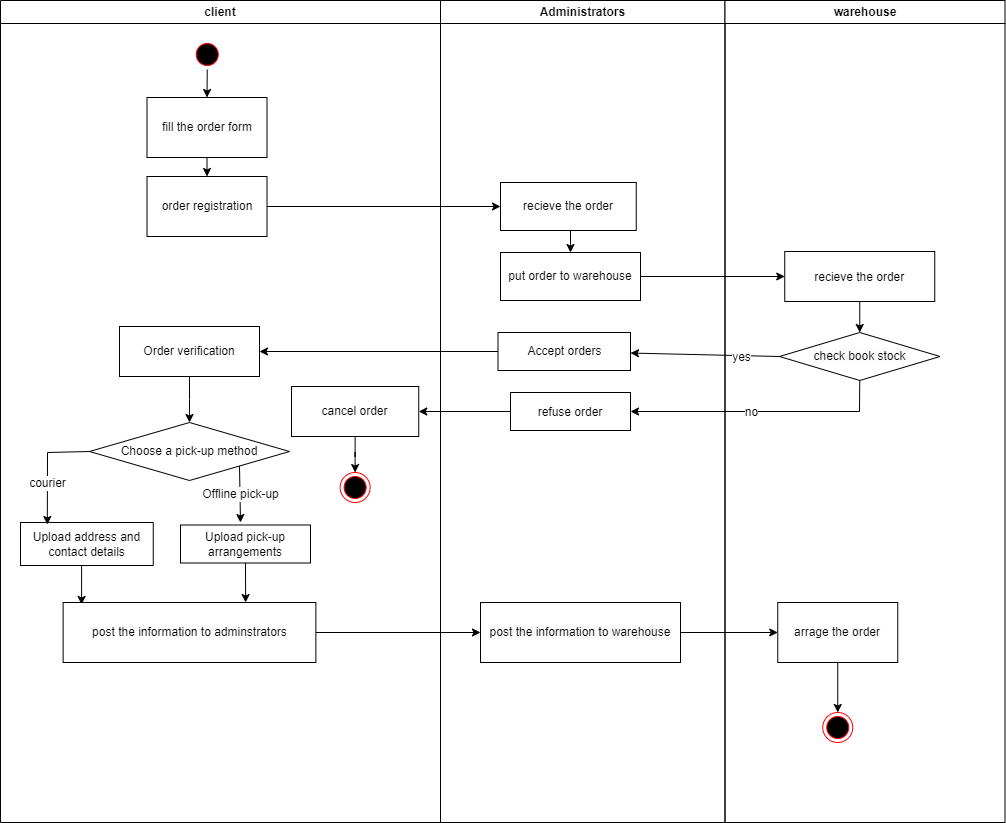
Above: UML-order registration.drawio.png in YuYuanyuan0817/ADM (draw.io), before the change. Source tidied: cells renumbered, new cells last; positions are measured from the earlier drawing's top-left corner, leaving out a move shared by most shapes.
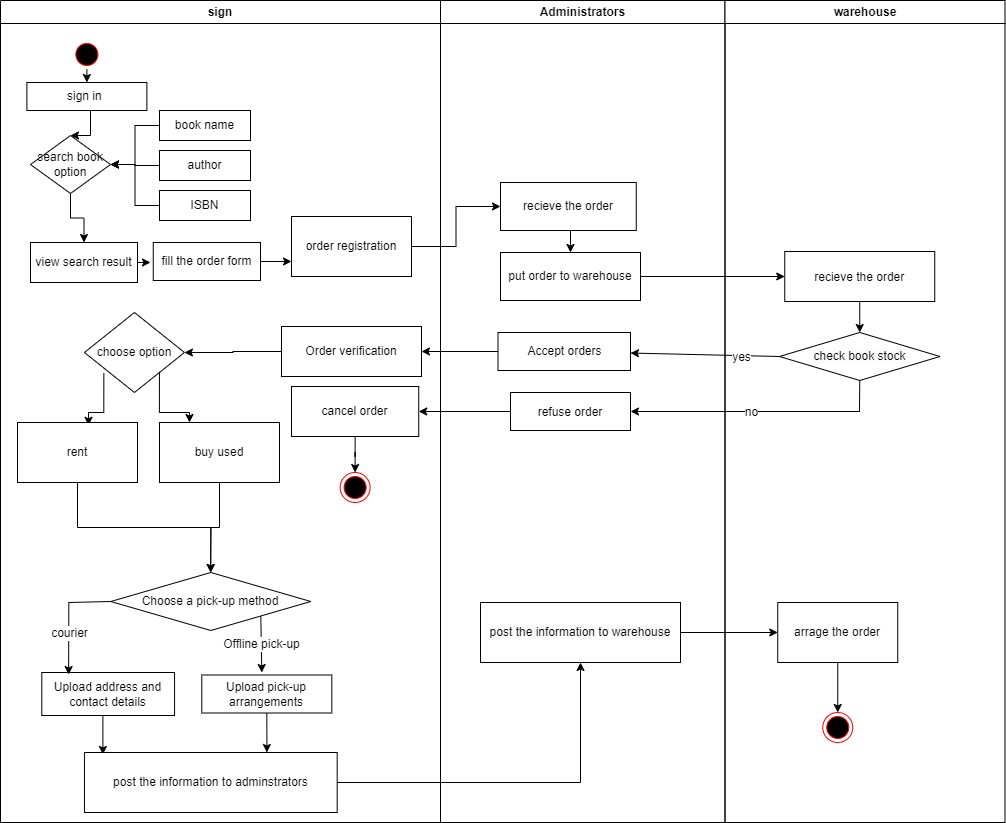
After the commit.

Change to the diagram source:
```diff
@@ -2,17 +2,17 @@
   <root>
     <mxCell id="0" />
     <mxCell id="1" parent="0" />
-    <mxCell id="2" value="client" style="swimlane;whiteSpace=wrap;" parent="1" vertex="1">
+    <mxCell id="2" value="sign" style="swimlane;whiteSpace=wrap;" parent="1" vertex="1">
       <mxGeometry width="440" height="822" as="geometry" />
     </mxCell>
-    <mxCell id="3" style="edgeStyle=orthogonalEdgeStyle;rounded=0;jettySize=auto;html=1;exitX=0.5;exitY=1;exitDx=0;exitDy=0;entryX=0.5;entryY=0;entryDx=0;entryDy=0;" parent="2" edge="1" source="4" target="16">
-      <mxGeometry relative="1" as="geometry" />
-    </mxCell>
+    <mxCell id="47" style="edgeStyle=orthogonalEdgeStyle;rounded=0;jettySize=auto;html=1;exitX=0.5;exitY=1;exitDx=0;exitDy=0;entryX=0.5;entryY=0;entryDx=0;entryDy=0;" parent="2" edge="1" source="4" target="50">
+      <mxGeometry relative="1" as="geometry" />
+    </mxCell>
     <mxCell id="4" style="ellipse;shape=startState;fillColor=#000000;strokeColor=#ff0000;" parent="2" vertex="1">
-      <mxGeometry x="191.8" y="39" width="30" height="30" as="geometry" />
+      <mxGeometry x="71.4" y="39" width="30" height="30" as="geometry" />
     </mxCell>
     <mxCell id="5" value="Choose a pick-up method" style="rhombus;whiteSpace=wrap;html=1;" parent="2" vertex="1">
-      <mxGeometry x="89" y="422" width="200" height="58" as="geometry" />
+      <mxGeometry x="110.3" y="572" width="200" height="58" as="geometry" />
     </mxCell>
     <mxCell id="6" style="edgeStyle=orthogonalEdgeStyle;rounded=0;jettySize=auto;html=1;exitX=0.5;exitY=1;exitDx=0;exitDy=0;" parent="2" edge="1" source="7" target="18">
       <mxGeometry relative="1" as="geometry" />
@@ -20,37 +20,35 @@
     <mxCell id="7" value="cancel order" style="rounded=0;whiteSpace=wrap;html=1;" parent="2" vertex="1">
       <mxGeometry x="291" y="386" width="127.2" height="50" as="geometry" />
     </mxCell>
-    <mxCell id="8" style="edgeStyle=orthogonalEdgeStyle;rounded=0;jettySize=auto;html=1;exitX=0.5;exitY=1;exitDx=0;exitDy=0;entryX=0.5;entryY=0;entryDx=0;entryDy=0;" parent="2" edge="1" source="9">
-      <mxGeometry relative="1" as="geometry">
-        <mxPoint x="189" y="422" as="targetPoint" />
-      </mxGeometry>
-    </mxCell>
+    <mxCell id="48" style="edgeStyle=orthogonalEdgeStyle;rounded=0;jettySize=auto;html=1;exitX=0;exitY=0.5;exitDx=0;exitDy=0;entryX=1;entryY=0.5;entryDx=0;entryDy=0;" parent="2" edge="1" source="9" target="67">
+      <mxGeometry relative="1" as="geometry" />
+    </mxCell>
     <mxCell id="9" value="Order verification" style="rounded=0;whiteSpace=wrap;html=1;" parent="2" vertex="1">
-      <mxGeometry x="119" y="326" width="140" height="50" as="geometry" />
+      <mxGeometry x="281" y="326" width="140" height="50" as="geometry" />
     </mxCell>
     <mxCell id="10" style="edgeStyle=orthogonalEdgeStyle;rounded=0;jettySize=auto;html=1;exitX=0.5;exitY=1;exitDx=0;exitDy=0;entryX=0.073;entryY=0.033;entryDx=0;entryDy=0;entryPerimeter=0;" parent="2" edge="1" source="11" target="12">
       <mxGeometry relative="1" as="geometry" />
     </mxCell>
     <mxCell id="11" value="Upload address and contact details" style="rounded=0;whiteSpace=wrap;html=1;" parent="2" vertex="1">
-      <mxGeometry x="20" y="522" width="132.8" height="43" as="geometry" />
+      <mxGeometry x="41.3" y="672" width="132.8" height="43" as="geometry" />
     </mxCell>
     <mxCell id="12" value="post the information to adminstrators" style="rounded=0;whiteSpace=wrap;html=1;" parent="2" vertex="1">
-      <mxGeometry x="62.6" y="602" width="252.8" height="60" as="geometry" />
+      <mxGeometry x="83.9" y="752" width="252.8" height="60" as="geometry" />
     </mxCell>
     <mxCell id="13" style="edgeStyle=orthogonalEdgeStyle;rounded=0;jettySize=auto;html=1;exitX=0.5;exitY=1;exitDx=0;exitDy=0;entryX=0.722;entryY=0;entryDx=0;entryDy=0;entryPerimeter=0;" parent="2" edge="1" source="14" target="12">
       <mxGeometry relative="1" as="geometry" />
     </mxCell>
     <mxCell id="14" value="Upload pick-up arrangements" style="rounded=0;whiteSpace=wrap;html=1;" parent="2" vertex="1">
-      <mxGeometry x="180" y="524.5" width="130" height="38" as="geometry" />
+      <mxGeometry x="201.3" y="674.5" width="130" height="38" as="geometry" />
     </mxCell>
-    <mxCell id="15" style="edgeStyle=orthogonalEdgeStyle;rounded=0;jettySize=auto;html=1;exitX=0.5;exitY=1;exitDx=0;exitDy=0;entryX=0.5;entryY=0;entryDx=0;entryDy=0;" parent="2" edge="1" source="16" target="17">
+    <mxCell id="15" style="edgeStyle=orthogonalEdgeStyle;rounded=0;jettySize=auto;html=1;exitX=1;exitY=0.5;exitDx=0;exitDy=0;entryX=0;entryY=0.75;entryDx=0;entryDy=0;" parent="2" edge="1" source="16" target="17">
       <mxGeometry relative="1" as="geometry" />
     </mxCell>
     <mxCell id="16" value="fill the order form" style="rounded=0;whiteSpace=wrap;html=1;" parent="2" vertex="1">
-      <mxGeometry x="146.5" y="97" width="120" height="60" as="geometry" />
+      <mxGeometry x="152.8" y="242" width="107.2" height="38" as="geometry" />
     </mxCell>
     <mxCell id="17" value="order registration" style="rounded=0;whiteSpace=wrap;html=1;" parent="2" vertex="1">
-      <mxGeometry x="146.5" y="176" width="120" height="60" as="geometry" />
+      <mxGeometry x="291" y="216" width="120" height="60" as="geometry" />
     </mxCell>
     <mxCell id="18" style="ellipse;html=1;shape=endState;fillColor=#000000;strokeColor=#ff0000;" parent="2" vertex="1">
       <mxGeometry x="339.6" y="472" width="30" height="30" as="geometry" />
@@ -58,7 +56,7 @@
     <mxCell id="19" style="endArrow=classic;html=1;rounded=0;exitX=0;exitY=0.5;exitDx=0;exitDy=0;entryX=0.202;entryY=0.047;entryDx=0;entryDy=0;entryPerimeter=0;" parent="2" edge="1" source="5" target="11">
       <mxGeometry x="0.09" y="-17" relative="1" as="geometry">
         <Array as="points">
-          <mxPoint x="47" y="452" />
+          <mxPoint x="68.3" y="602" />
         </Array>
       </mxGeometry>
     </mxCell>
@@ -69,12 +67,78 @@
     </mxCell>
     <mxCell id="21" style="endArrow=classic;html=1;rounded=0;exitX=1;exitY=1;exitDx=0;exitDy=0;" parent="2" edge="1" source="5">
       <mxGeometry relative="1" as="geometry">
-        <mxPoint x="240" y="522" as="targetPoint" />
+        <mxPoint x="261.3" y="672" as="targetPoint" />
       </mxGeometry>
     </mxCell>
     <mxCell id="22" value="Offline pick-up" style="edgeLabel;html=1;align=center;verticalAlign=middle;" parent="21" vertex="1">
       <mxGeometry relative="1" as="geometry" />
     </mxCell>
+    <mxCell id="49" style="edgeStyle=orthogonalEdgeStyle;rounded=0;jettySize=auto;html=1;exitX=0.5;exitY=1;exitDx=0;exitDy=0;entryX=0.5;entryY=0;entryDx=0;entryDy=0;" parent="2" edge="1" source="50" target="52">
+      <mxGeometry relative="1" as="geometry">
+        <Array as="points">
+          <mxPoint x="90" y="110" />
+          <mxPoint x="90" y="135" />
+        </Array>
+      </mxGeometry>
+    </mxCell>
+    <mxCell id="50" value="sign in&amp;nbsp;" style="rounded=0;whiteSpace=wrap;html=1;" parent="2" vertex="1">
+      <mxGeometry x="26.4" y="82" width="120" height="28" as="geometry" />
+    </mxCell>
+    <mxCell id="51" style="edgeStyle=orthogonalEdgeStyle;rounded=0;jettySize=auto;html=1;exitX=0.5;exitY=1;exitDx=0;exitDy=0;" parent="2" edge="1" source="52" target="60">
+      <mxGeometry relative="1" as="geometry" />
+    </mxCell>
+    <mxCell id="52" value="search book option" style="rhombus;whiteSpace=wrap;html=1;" parent="2" vertex="1">
+      <mxGeometry x="30" y="135" width="80" height="58" as="geometry" />
+    </mxCell>
+    <mxCell id="53" style="edgeStyle=orthogonalEdgeStyle;rounded=0;jettySize=auto;html=1;exitX=0;exitY=0.5;exitDx=0;exitDy=0;entryX=1;entryY=0.5;entryDx=0;entryDy=0;" parent="2" edge="1" source="54" target="52">
+      <mxGeometry relative="1" as="geometry" />
+    </mxCell>
+    <mxCell id="54" value="book name" style="rounded=0;whiteSpace=wrap;html=1;" parent="2" vertex="1">
+      <mxGeometry x="159" y="110" width="91" height="30" as="geometry" />
+    </mxCell>
+    <mxCell id="55" style="edgeStyle=orthogonalEdgeStyle;rounded=0;jettySize=auto;html=1;exitX=0;exitY=0.5;exitDx=0;exitDy=0;" parent="2" edge="1" source="56" target="52">
+      <mxGeometry relative="1" as="geometry" />
+    </mxCell>
+    <mxCell id="56" value="author" style="rounded=0;whiteSpace=wrap;html=1;" parent="2" vertex="1">
+      <mxGeometry x="159" y="150" width="91" height="30" as="geometry" />
+    </mxCell>
+    <mxCell id="57" style="edgeStyle=orthogonalEdgeStyle;rounded=0;jettySize=auto;html=1;exitX=0;exitY=0.5;exitDx=0;exitDy=0;" parent="2" edge="1" source="58" target="52">
+      <mxGeometry relative="1" as="geometry" />
+    </mxCell>
+    <mxCell id="58" value="ISBN" style="rounded=0;whiteSpace=wrap;html=1;" parent="2" vertex="1">
+      <mxGeometry x="159" y="190" width="91" height="30" as="geometry" />
+    </mxCell>
+    <mxCell id="59" style="edgeStyle=orthogonalEdgeStyle;rounded=0;jettySize=auto;html=1;exitX=1;exitY=0.5;exitDx=0;exitDy=0;" parent="2" edge="1" source="60">
+      <mxGeometry relative="1" as="geometry">
+        <mxPoint x="150" y="261.8" as="targetPoint" />
+      </mxGeometry>
+    </mxCell>
+    <mxCell id="60" value="view search result" style="rounded=0;whiteSpace=wrap;html=1;" parent="2" vertex="1">
+      <mxGeometry x="30" y="242" width="107" height="40" as="geometry" />
+    </mxCell>
+    <mxCell id="61" style="edgeStyle=orthogonalEdgeStyle;rounded=0;jettySize=auto;html=1;exitX=0.194;exitY=0.76;exitDx=0;exitDy=0;entryX=0.592;entryY=0.047;entryDx=0;entryDy=0;entryPerimeter=0;exitPerimeter=0;" parent="2" edge="1" source="67" target="64">
+      <mxGeometry relative="1" as="geometry" />
+    </mxCell>
+    <mxCell id="62" style="edgeStyle=orthogonalEdgeStyle;rounded=0;jettySize=auto;html=1;exitX=1;exitY=1;exitDx=0;exitDy=0;entryX=0.25;entryY=0;entryDx=0;entryDy=0;" parent="2" edge="1" source="67" target="66">
+      <mxGeometry relative="1" as="geometry" />
+    </mxCell>
+    <mxCell id="63" style="edgeStyle=orthogonalEdgeStyle;rounded=0;jettySize=auto;html=1;exitX=0.5;exitY=1;exitDx=0;exitDy=0;" parent="2" edge="1" source="64" target="5">
+      <mxGeometry relative="1" as="geometry" />
+    </mxCell>
+    <mxCell id="64" value="rent" style="rounded=0;whiteSpace=wrap;html=1;" parent="2" vertex="1">
+      <mxGeometry x="17" y="422" width="120" height="60" as="geometry" />
+    </mxCell>
+    <mxCell id="65" style="edgeStyle=orthogonalEdgeStyle;rounded=0;jettySize=auto;html=1;exitX=0.5;exitY=1;exitDx=0;exitDy=0;" parent="2" edge="1" source="66">
+      <mxGeometry relative="1" as="geometry">
+        <mxPoint x="210" y="572" as="targetPoint" />
+      </mxGeometry>
+    </mxCell>
+    <mxCell id="66" value="buy used" style="rounded=0;whiteSpace=wrap;html=1;" parent="2" vertex="1">
+      <mxGeometry x="159" y="422" width="120" height="60" as="geometry" />
+    </mxCell>
+    <mxCell id="67" value="choose option" style="rhombus;whiteSpace=wrap;html=1;" parent="2" vertex="1">
+      <mxGeometry x="83.9" y="312" width="100" height="80" as="geometry" />
+    </mxCell>
     <mxCell id="23" value="Administrators" style="swimlane;whiteSpace=wrap;startSize=23;" parent="1" vertex="1">
       <mxGeometry x="440" width="284.5" height="822" as="geometry" />
     </mxCell>
```
